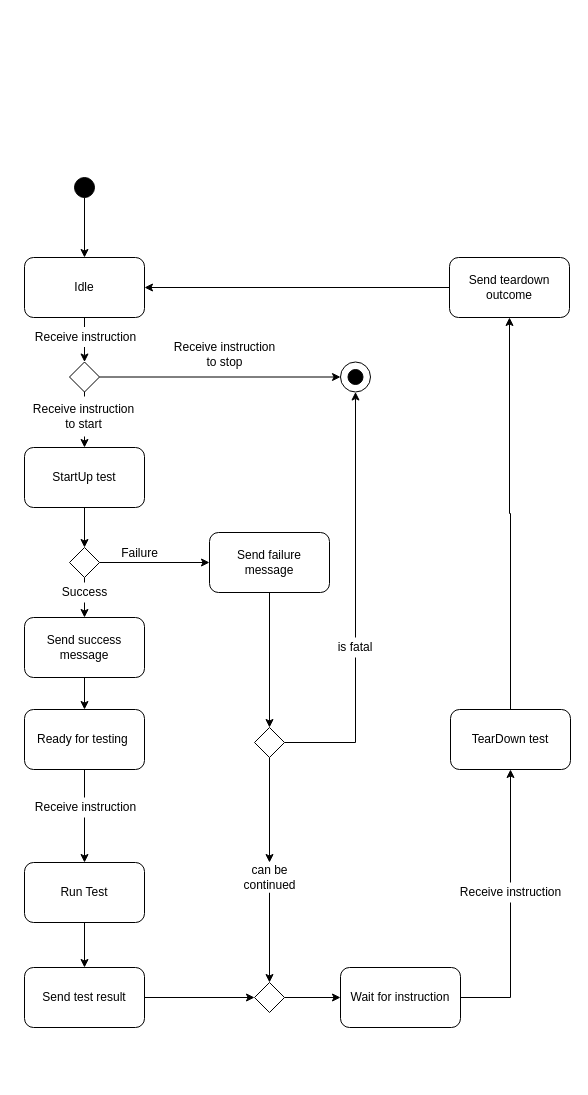
Before: assets/img/src/activitydiagramdevice.drawio in wheeeper/bachelors-thesis, a draw.io diagram. Source tidied: cells renumbered, new cells numbered last; positions are measured from the earlier drawing's top-left corner, leaving out a move shared by most shapes. Both pictures are drawn from the tidied source at 100%, with x=0, y=0 at pixel (23, 177).
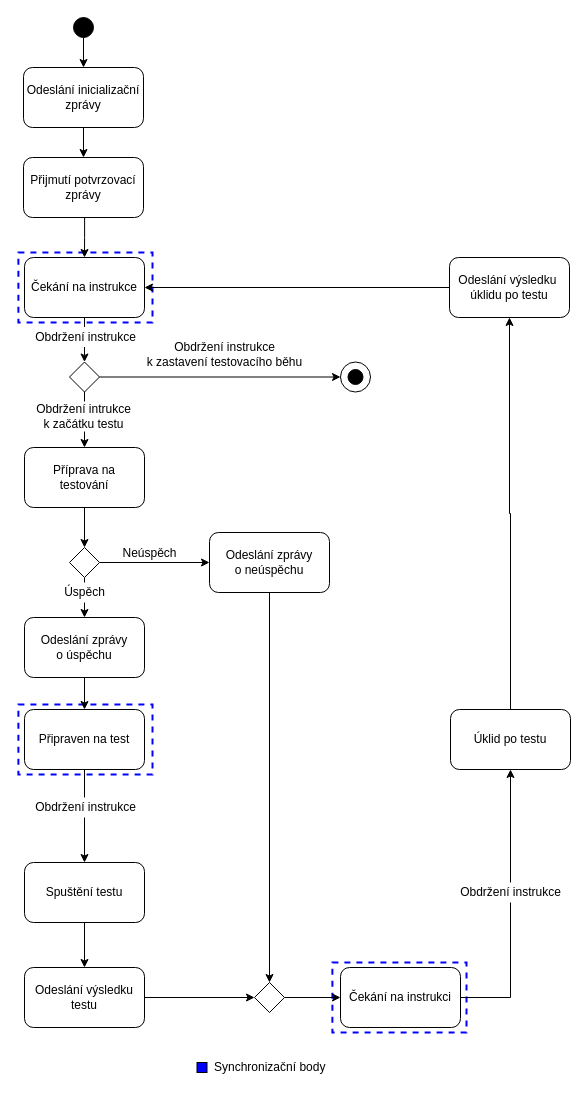
After the change.

The change refers to these unchanged cells:
```xml
<mxCell id="30" style="ellipse;whiteSpace=wrap;html=1;fillColor=#ffffff;" parent="1" vertex="1">
  <mxGeometry x="317" y="184.5" width="30" height="30" as="geometry" />
</mxCell>
<mxCell id="39" style="rhombus;whiteSpace=wrap;html=1;fillColor=#ffffff;" parent="1" vertex="1">
  <mxGeometry x="231" y="805" width="30" height="30" as="geometry" />
</mxCell>
```

What changed in the source:
```diff
@@
-    <mxCell id="2" style="edgeStyle=orthogonalEdgeStyle;rounded=0;jettySize=auto;html=1;" parent="1" edge="1" source="3" target="5">
-      <mxGeometry relative="1" as="geometry" />
-    </mxCell>
+    <mxCell id="47" value="Synchronizační body" style="text;html=1;align=left;verticalAlign=middle;fillColor=#ffffff;" parent="1" vertex="1">
+      <mxGeometry x="188.5" y="880" width="130" height="20" as="geometry" />
+    </mxCell>
+    <mxCell id="48" style="rounded=0;whiteSpace=wrap;html=1;fillColor=none;strokeColor=#0000FF;dashed=1;strokeWidth=2;" parent="1" vertex="1">
+      <mxGeometry x="-5.1" y="527.1" width="134.1" height="70" as="geometry" />
+    </mxCell>
+    <mxCell id="49" style="rounded=0;whiteSpace=wrap;html=1;fillColor=none;strokeColor=#0000FF;dashed=1;strokeWidth=2;" parent="1" vertex="1">
+      <mxGeometry x="308.9" y="785" width="134.1" height="70" as="geometry" />
+    </mxCell>
+    <mxCell id="50" style="rounded=0;whiteSpace=wrap;html=1;fillColor=none;strokeColor=#0000FF;dashed=1;strokeWidth=2;" parent="1" vertex="1">
+      <mxGeometry x="-5.1" y="75" width="134.1" height="70" as="geometry" />
+    </mxCell>
+    <mxCell id="51" style="edgeStyle=orthogonalEdgeStyle;rounded=0;jettySize=auto;html=1;entryX=0.5;entryY=0;entryDx=0;entryDy=0;" parent="1" edge="1" source="3" target="54">
+      <mxGeometry relative="1" as="geometry" />
+    </mxCell>
     <mxCell id="3" style="ellipse;whiteSpace=wrap;html=1;fillColor=#000000;" parent="1" vertex="1">
-      <mxGeometry x="51" width="20" height="20" as="geometry" />
+      <mxGeometry x="50" y="-160" width="20" height="20" as="geometry" />
     </mxCell>
@@
-    <mxCell id="5" value="Idle" style="rounded=1;whiteSpace=wrap;html=1;fillColor=#FFFFFF;" parent="1" vertex="1">
+    <mxCell id="5" value="Čekání na instrukce" style="rounded=1;whiteSpace=wrap;html=1;fillColor=#FFFFFF;" parent="1" vertex="1">
       <mxGeometry x="1" y="80" width="120" height="60" as="geometry" />
     </mxCell>
@@
-    <mxCell id="7" value="Send test result" style="rounded=1;whiteSpace=wrap;html=1;fillColor=#FFFFFF;" parent="1" vertex="1">
+    <mxCell id="7" value="Odeslání výsledku testu" style="rounded=1;whiteSpace=wrap;html=1;fillColor=#FFFFFF;" parent="1" vertex="1">
       <mxGeometry x="1" y="790" width="120" height="60" as="geometry" />
     </mxCell>
@@
-    <mxCell id="9" value="Ready for testing&amp;nbsp;" style="rounded=1;whiteSpace=wrap;html=1;fillColor=#FFFFFF;" parent="1" vertex="1">
+    <mxCell id="9" value="Připraven na test" style="rounded=1;whiteSpace=wrap;html=1;fillColor=#FFFFFF;" parent="1" vertex="1">
       <mxGeometry x="1" y="532" width="120" height="60" as="geometry" />
     </mxCell>
@@
-    <mxCell id="11" value="StartUp test" style="rounded=1;whiteSpace=wrap;html=1;fillColor=#FFFFFF;" parent="1" vertex="1">
+    <mxCell id="11" value="Příprava na &lt;br&gt;testování" style="rounded=1;whiteSpace=wrap;html=1;fillColor=#FFFFFF;" parent="1" vertex="1">
       <mxGeometry x="1" y="270" width="120" height="60" as="geometry" />
     </mxCell>
@@
-    <mxCell id="17" value="Run Test" style="rounded=1;whiteSpace=wrap;html=1;fillColor=#FFFFFF;" parent="1" vertex="1">
+    <mxCell id="17" value="Spuštění testu" style="rounded=1;whiteSpace=wrap;html=1;fillColor=#FFFFFF;" parent="1" vertex="1">
       <mxGeometry x="1" y="685" width="120" height="60" as="geometry" />
     </mxCell>
-    <mxCell id="18" style="edgeStyle=orthogonalEdgeStyle;rounded=0;jettySize=auto;html=1;entryX=0.5;entryY=0;entryDx=0;entryDy=0;endArrow=classic;endFill=1;" parent="1" edge="1" source="19" target="34">
-      <mxGeometry relative="1" as="geometry" />
-    </mxCell>
+    <mxCell id="52" style="edgeStyle=orthogonalEdgeStyle;rounded=0;jettySize=auto;html=1;entryX=0.5;entryY=0;entryDx=0;entryDy=0;" parent="1" edge="1" source="19" target="39">
+      <mxGeometry relative="1" as="geometry" />
+    </mxCell>
-    <mxCell id="19" value="Send failure &lt;br&gt;message" style="rounded=1;whiteSpace=wrap;html=1;fillColor=#ffffff;" parent="1" vertex="1">
+    <mxCell id="19" value="Odeslání zprávy&lt;br&gt;o neúspěchu" style="rounded=1;whiteSpace=wrap;html=1;fillColor=#ffffff;" parent="1" vertex="1">
       <mxGeometry x="186" y="355" width="120" height="60" as="geometry" />
     </mxCell>
-    <mxCell id="20" value="Send success message" style="rounded=1;whiteSpace=wrap;html=1;fillColor=#ffffff;" parent="1" vertex="1">
+    <mxCell id="20" value="Odeslání zprávy&lt;br&gt;o úspěchu" style="rounded=1;whiteSpace=wrap;html=1;fillColor=#ffffff;" parent="1" vertex="1">
       <mxGeometry x="1" y="440" width="120" height="60" as="geometry" />
     </mxCell>
@@
-    <mxCell id="22" value="TearDown test" style="rounded=1;whiteSpace=wrap;html=1;fillColor=#FFFFFF;" parent="1" vertex="1">
+    <mxCell id="22" value="Úklid po testu" style="rounded=1;whiteSpace=wrap;html=1;fillColor=#FFFFFF;" parent="1" vertex="1">
       <mxGeometry x="427" y="532" width="120" height="60" as="geometry" />
     </mxCell>
-    <mxCell id="23" value="Receive instruction" style="text;html=1;align=center;verticalAlign=middle;fillColor=#ffffff;" parent="1" vertex="1">
+    <mxCell id="23" value="Obdržení instrukce" style="text;html=1;align=center;verticalAlign=middle;fillColor=#ffffff;" parent="1" vertex="1">
       <mxGeometry x="2" y="149.5" width="120" height="20" as="geometry" />
     </mxCell>
-    <mxCell id="24" value="Receive instruction" style="text;html=1;align=center;verticalAlign=middle;fillColor=#ffffff;" parent="1" vertex="1">
+    <mxCell id="24" value="Obdržení instrukce" style="text;html=1;align=center;verticalAlign=middle;fillColor=#ffffff;" parent="1" vertex="1">
       <mxGeometry x="2" y="620" width="120" height="20" as="geometry" />
     </mxCell>
-    <mxCell id="25" value="Success" style="text;html=1;align=center;verticalAlign=middle;fillColor=#ffffff;" parent="1" vertex="1">
+    <mxCell id="25" value="Úspěch" style="text;html=1;align=center;verticalAlign=middle;fillColor=#ffffff;" parent="1" vertex="1">
       <mxGeometry x="31" y="405" width="60" height="20" as="geometry" />
     </mxCell>
-    <mxCell id="26" value="Failure" style="text;html=1;align=center;verticalAlign=middle;" parent="1" vertex="1">
-      <mxGeometry x="91" y="366" width="50" height="20" as="geometry" />
+    <mxCell id="26" value="Neúspěch" style="text;html=1;align=center;verticalAlign=middle;" parent="1" vertex="1">
+      <mxGeometry x="91" y="366" width="70" height="20" as="geometry" />
     </mxCell>
-    <mxCell id="27" value="Receive instruction&lt;br&gt;to stop" style="text;html=1;align=center;verticalAlign=middle;" parent="1" vertex="1">
-      <mxGeometry x="141" y="157" width="120" height="40" as="geometry" />
+    <mxCell id="27" value="Obdržení instrukce &lt;br&gt;k zastavení testovacího běhu&lt;br&gt;" style="text;html=1;align=center;verticalAlign=middle;" parent="1" vertex="1">
+      <mxGeometry x="116" y="162" width="170" height="30" as="geometry" />
     </mxCell>
@@
-    <mxCell id="29" value="Send teardown outcome" style="rounded=1;whiteSpace=wrap;html=1;fillColor=#FFFFFF;" parent="1" vertex="1">
+    <mxCell id="29" value="Odeslání výsledku&amp;nbsp;&lt;br&gt;úklidu po testu" style="rounded=1;whiteSpace=wrap;html=1;fillColor=#FFFFFF;" parent="1" vertex="1">
       <mxGeometry x="426" y="80" width="120" height="60" as="geometry" />
     </mxCell>
@@
-    <mxCell id="32" style="edgeStyle=orthogonalEdgeStyle;rounded=0;jettySize=auto;html=1;endArrow=classic;endFill=1;entryX=0.5;entryY=0;entryDx=0;entryDy=0;" parent="1" edge="1" source="40" target="39">
-      <mxGeometry relative="1" as="geometry" />
-    </mxCell>
-    <mxCell id="33" style="edgeStyle=orthogonalEdgeStyle;rounded=0;jettySize=auto;html=1;entryX=0.5;entryY=1;entryDx=0;entryDy=0;" parent="1" edge="1" source="34" target="30">
-      <mxGeometry relative="1" as="geometry" />
-    </mxCell>
-    <mxCell id="34" style="rhombus;whiteSpace=wrap;html=1;fillColor=#ffffff;" parent="1" vertex="1">
-      <mxGeometry x="231" y="550" width="30" height="30" as="geometry" />
-    </mxCell>
-    <mxCell id="35" value="is fatal" style="text;html=1;strokeColor=none;align=center;verticalAlign=middle;whiteSpace=wrap;rounded=0;fillColor=#ffffff;" parent="1" vertex="1">
-      <mxGeometry x="312" y="460" width="40" height="20" as="geometry" />
-    </mxCell>
@@
-    <mxCell id="37" value="Wait for instruction" style="rounded=1;whiteSpace=wrap;html=1;fillColor=#FFFFFF;" parent="1" vertex="1">
+    <mxCell id="37" value="Čekání na instrukci" style="rounded=1;whiteSpace=wrap;html=1;fillColor=#FFFFFF;" parent="1" vertex="1">
       <mxGeometry x="317" y="790" width="120" height="60" as="geometry" />
     </mxCell>
@@
-    <mxCell id="40" value="can be &lt;br&gt;continued" style="text;html=1;align=center;verticalAlign=middle;points=[];fillColor=#ffffff;" parent="1" vertex="1">
-      <mxGeometry x="211" y="685" width="70" height="30" as="geometry" />
-    </mxCell>
-    <mxCell id="41" style="edgeStyle=orthogonalEdgeStyle;rounded=0;jettySize=auto;html=1;endArrow=classic;endFill=1;entryX=0.5;entryY=0;entryDx=0;entryDy=0;" parent="1" edge="1" source="34" target="40">
-      <mxGeometry relative="1" as="geometry" />
-    </mxCell>
-    <mxCell id="42" value="Receive instruction" style="text;html=1;align=center;verticalAlign=middle;fillColor=#ffffff;" parent="1" vertex="1">
+    <mxCell id="42" value="Obdržení instrukce" style="text;html=1;align=center;verticalAlign=middle;fillColor=#ffffff;" parent="1" vertex="1">
       <mxGeometry x="427" y="705" width="120" height="20" as="geometry" />
     </mxCell>
@@
-    <mxCell id="46" value="Receive instruction&lt;br&gt;to start" style="text;html=1;align=center;verticalAlign=middle;fillColor=#ffffff;" parent="1" vertex="1">
-      <mxGeometry y="219" width="120" height="40" as="geometry" />
+    <mxCell id="46" value="Obdržení intrukce &lt;br&gt;k začátku testu" style="text;html=1;align=center;verticalAlign=middle;fillColor=#ffffff;" parent="1" vertex="1">
+      <mxGeometry x="5" y="224" width="110" height="30" as="geometry" />
     </mxCell>
+    <mxCell id="53" style="edgeStyle=orthogonalEdgeStyle;rounded=0;jettySize=auto;html=1;entryX=0.5;entryY=0;entryDx=0;entryDy=0;" parent="1" edge="1" source="54" target="56">
+      <mxGeometry relative="1" as="geometry" />
+    </mxCell>
+    <mxCell id="54" value="Odeslání inicializační zprávy" style="rounded=1;whiteSpace=wrap;html=1;fillColor=#FFFFFF;" parent="1" vertex="1">
+      <mxGeometry y="-110" width="120" height="60" as="geometry" />
+    </mxCell>
+    <mxCell id="55" style="edgeStyle=orthogonalEdgeStyle;rounded=0;jettySize=auto;html=1;entryX=0.5;entryY=0;entryDx=0;entryDy=0;" parent="1" edge="1" source="56" target="5">
+      <mxGeometry relative="1" as="geometry">
+        <Array as="points">
+          <mxPoint x="61.1" y="60" />
+          <mxPoint x="61.1" y="60" />
+        </Array>
+      </mxGeometry>
+    </mxCell>
+    <mxCell id="56" value="Přijmutí potvrzovací zprávy" style="rounded=1;whiteSpace=wrap;html=1;fillColor=#FFFFFF;" parent="1" vertex="1">
+      <mxGeometry y="-20" width="120" height="60" as="geometry" />
+    </mxCell>
+    <mxCell id="57" style="whiteSpace=wrap;html=1;strokeColor=#000000;strokeWidth=1;fillColor=#0000FF;" parent="1" vertex="1">
+      <mxGeometry x="173.5" y="885" width="10" height="10" as="geometry" />
+    </mxCell>
```
